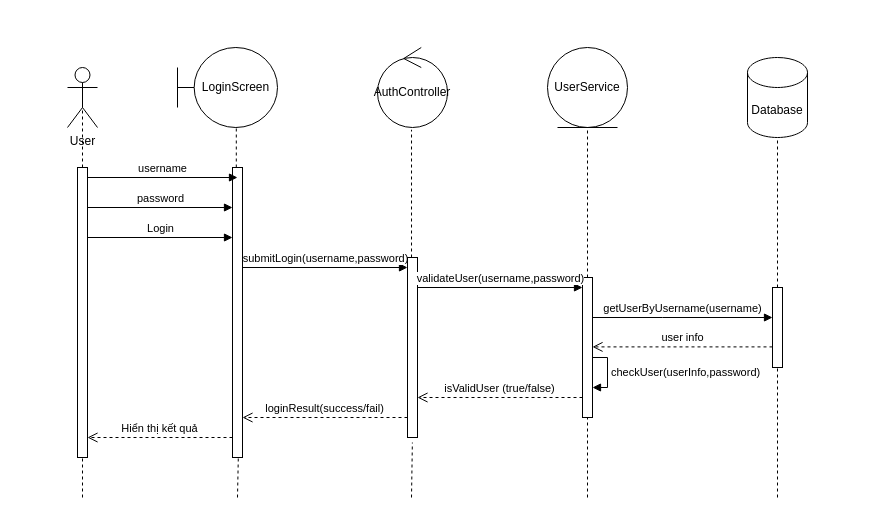
Before: Sequence diagram/Login/login.drawio in cuongceg/BTL-IT3120, a draw.io diagram. Source tidied: cells renumbered, new cells numbered last; positions are measured from the earlier drawing's top-left corner, leaving out a move shared by most shapes. Both pictures are drawn from the tidied source at 100%, with x=0, y=0 at pixel (67, 47).
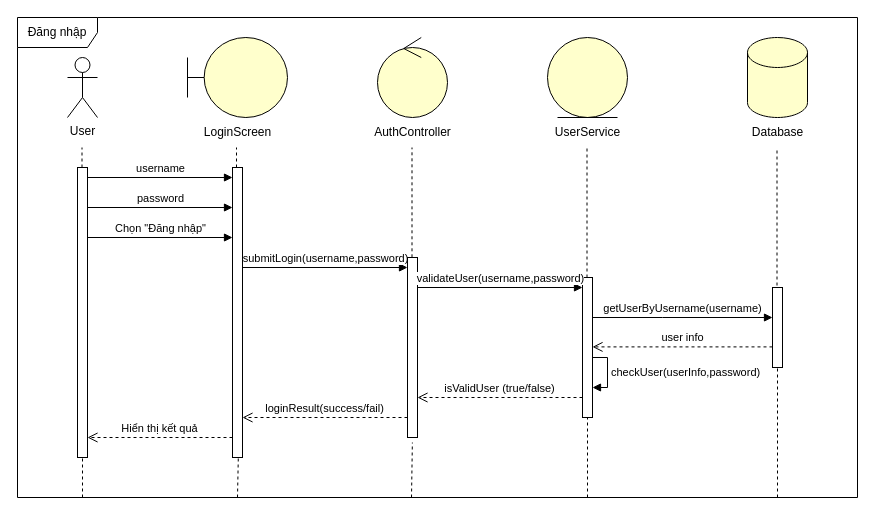
The same diagram, later.

Commit message:
Cập nhật login.drawio

The change refers to these unchanged cells:
```xml
<mxCell id="7" style="html=1;points=[[0,0,0,0,5],[0,1,0,0,-5],[1,0,0,0,5],[1,1,0,0,-5]];perimeter=orthogonalPerimeter;outlineConnect=0;targetShapes=umlLifeline;portConstraint=eastwest;newEdgeStyle={&quot;curved&quot;:0,&quot;rounded&quot;:0};" parent="1" vertex="1">
  <mxGeometry x="10" y="120" width="10" height="290" as="geometry" />
</mxCell>
<mxCell id="9" style="html=1;points=[[0,0,0,0,5],[0,1,0,0,-5],[1,0,0,0,5],[1,1,0,0,-5]];perimeter=orthogonalPerimeter;outlineConnect=0;targetShapes=umlLifeline;portConstraint=eastwest;newEdgeStyle={&quot;curved&quot;:0,&quot;rounded&quot;:0};" parent="1" vertex="1">
  <mxGeometry x="165" y="120" width="10" height="290" as="geometry" />
</mxCell>
<mxCell id="19" style="html=1;points=[[0,0,0,0,5],[0,1,0,0,-5],[1,0,0,0,5],[1,1,0,0,-5]];perimeter=orthogonalPerimeter;outlineConnect=0;targetShapes=umlLifeline;portConstraint=eastwest;newEdgeStyle={&quot;curved&quot;:0,&quot;rounded&quot;:0};" parent="1" vertex="1">
  <mxGeometry x="515" y="230" width="10" height="140" as="geometry" />
</mxCell>
<mxCell id="21" style="html=1;points=[[0,0,0,0,5],[0,1,0,0,-5],[1,0,0,0,5],[1,1,0,0,-5]];perimeter=orthogonalPerimeter;outlineConnect=0;targetShapes=umlLifeline;portConstraint=eastwest;newEdgeStyle={&quot;curved&quot;:0,&quot;rounded&quot;:0};" parent="1" vertex="1">
  <mxGeometry x="340" y="210" width="10" height="180" as="geometry" />
</mxCell>
<mxCell id="28" style="html=1;points=[[0,0,0,0,5],[0,1,0,0,-5],[1,0,0,0,5],[1,1,0,0,-5]];perimeter=orthogonalPerimeter;outlineConnect=0;targetShapes=umlLifeline;portConstraint=eastwest;newEdgeStyle={&quot;curved&quot;:0,&quot;rounded&quot;:0};" parent="1" vertex="1">
  <mxGeometry x="705" y="240" width="10" height="80" as="geometry" />
</mxCell>
```

What changed in the source:
```diff
@@
     <mxCell id="2" value="User" style="shape=umlActor;verticalLabelPosition=bottom;verticalAlign=top;html=1;" parent="1" vertex="1">
-      <mxGeometry y="20" width="30" height="60" as="geometry" />
+      <mxGeometry y="10" width="30" height="60" as="geometry" />
     </mxCell>
-    <mxCell id="3" style="endArrow=none;dashed=1;html=1;rounded=0;entryX=0.5;entryY=0.5;entryDx=0;entryDy=0;entryPerimeter=0;" parent="1" edge="1" source="7" target="2">
-      <mxGeometry relative="1" as="geometry" />
+    <mxCell id="3" style="endArrow=none;dashed=1;html=1;rounded=0;entryX=0.5;entryY=0.5;entryDx=0;entryDy=0;entryPerimeter=0;" parent="1" edge="1">
+      <mxGeometry relative="1" as="geometry">
+        <mxPoint x="14.5" y="180" as="sourcePoint" />
+        <mxPoint x="14.5" y="100" as="targetPoint" />
+      </mxGeometry>
     </mxCell>
-    <mxCell id="4" value="LoginScreen" style="shape=umlBoundary;whiteSpace=wrap;html=1;" parent="1" vertex="1">
-      <mxGeometry x="110" width="100" height="80" as="geometry" />
+    <mxCell id="4" style="shape=umlBoundary;whiteSpace=wrap;html=1;fillColor=light-dark(#FFFFCC,#FFFFCC);" parent="1" vertex="1">
+      <mxGeometry x="120" y="-10" width="100" height="80" as="geometry" />
     </mxCell>
-    <mxCell id="5" style="endArrow=none;dashed=1;html=1;rounded=0;entryX=0.588;entryY=0.988;entryDx=0;entryDy=0;entryPerimeter=0;" parent="1" edge="1" source="9" target="4">
-      <mxGeometry relative="1" as="geometry" />
+    <mxCell id="5" style="endArrow=none;dashed=1;html=1;rounded=0;" parent="1" edge="1" source="9">
+      <mxGeometry relative="1" as="geometry">
+        <mxPoint x="169" y="100" as="targetPoint" />
+      </mxGeometry>
     </mxCell>
@@
-    <mxCell id="10" value="username" style="html=1;verticalAlign=bottom;endArrow=block;curved=0;rounded=0;" parent="1" edge="1">
+    <mxCell id="10" value="username" style="html=1;verticalAlign=bottom;endArrow=block;curved=0;rounded=0;" parent="1" edge="1" target="9">
       <mxGeometry relative="1" as="geometry">
         <mxPoint x="20" y="130" as="sourcePoint" />
-        <mxPoint x="170" y="130" as="targetPoint" />
       </mxGeometry>
     </mxCell>
@@
-    <mxCell id="12" value="Login" style="html=1;verticalAlign=bottom;endArrow=block;curved=0;rounded=0;" parent="1" edge="1" target="9">
+    <mxCell id="12" value="Chọn &quot;Đăng nhập&quot;" style="html=1;verticalAlign=bottom;endArrow=block;curved=0;rounded=0;" parent="1" edge="1" target="9">
       <mxGeometry relative="1" as="geometry">
         <mxPoint x="20" y="190" as="sourcePoint" />
       </mxGeometry>
     </mxCell>
-    <mxCell id="13" value="AuthController" style="ellipse;shape=umlControl;whiteSpace=wrap;html=1;" parent="1" vertex="1">
-      <mxGeometry x="310" width="70" height="80" as="geometry" />
+    <mxCell id="13" style="ellipse;shape=umlControl;whiteSpace=wrap;html=1;fillColor=light-dark(#FFFFCC,#FFFFCC);" parent="1" vertex="1">
+      <mxGeometry x="310" y="-10" width="70" height="80" as="geometry" />
     </mxCell>
-    <mxCell id="14" style="endArrow=none;dashed=1;html=1;rounded=0;entryX=0.486;entryY=1.028;entryDx=0;entryDy=0;entryPerimeter=0;" parent="1" edge="1" source="21" target="13">
-      <mxGeometry relative="1" as="geometry" />
+    <mxCell id="14" style="endArrow=none;dashed=1;html=1;rounded=0;entryX=0.486;entryY=1.028;entryDx=0;entryDy=0;entryPerimeter=0;" parent="1" edge="1">
+      <mxGeometry relative="1" as="geometry">
+        <mxPoint x="344.5" y="227.8" as="sourcePoint" />
+        <mxPoint x="344.5" y="100" as="targetPoint" />
+      </mxGeometry>
     </mxCell>
@@
-    <mxCell id="16" value="UserService" style="ellipse;shape=umlEntity;whiteSpace=wrap;html=1;" parent="1" vertex="1">
-      <mxGeometry x="480" width="80" height="80" as="geometry" />
+    <mxCell id="16" style="ellipse;shape=umlEntity;whiteSpace=wrap;html=1;fillColor=light-dark(#FFFFCC,#FFFFCC);" parent="1" vertex="1">
+      <mxGeometry x="480" y="-10" width="80" height="80" as="geometry" />
     </mxCell>
-    <mxCell id="17" style="endArrow=none;dashed=1;html=1;rounded=0;entryX=0.5;entryY=1;entryDx=0;entryDy=0;" parent="1" edge="1" source="19" target="16">
-      <mxGeometry relative="1" as="geometry" />
+    <mxCell id="17" style="endArrow=none;dashed=1;html=1;rounded=0;entryX=0.5;entryY=1;entryDx=0;entryDy=0;" parent="1" edge="1">
+      <mxGeometry relative="1" as="geometry">
+        <mxPoint x="519.5" y="260" as="sourcePoint" />
+        <mxPoint x="519.5" y="100" as="targetPoint" />
+      </mxGeometry>
     </mxCell>
@@
-    <mxCell id="25" value="Database" style="shape=cylinder3;whiteSpace=wrap;html=1;boundedLbl=1;backgroundOutline=1;size=15;" parent="1" vertex="1">
-      <mxGeometry x="680" y="10" width="60" height="80" as="geometry" />
+    <mxCell id="25" style="shape=cylinder3;whiteSpace=wrap;html=1;boundedLbl=1;backgroundOutline=1;size=15;fillColor=light-dark(#FFFFCC,#FFFFCC);" parent="1" vertex="1">
+      <mxGeometry x="680" y="-10" width="60" height="80" as="geometry" />
     </mxCell>
-    <mxCell id="26" style="endArrow=none;dashed=1;html=1;rounded=0;entryX=0.5;entryY=1;entryDx=0;entryDy=0;entryPerimeter=0;" parent="1" edge="1" source="28" target="25">
-      <mxGeometry relative="1" as="geometry" />
+    <mxCell id="26" style="endArrow=none;dashed=1;html=1;rounded=0;" parent="1" edge="1">
+      <mxGeometry relative="1" as="geometry">
+        <mxPoint x="709.5" y="250" as="sourcePoint" />
+        <mxPoint x="709.5" y="100" as="targetPoint" />
+      </mxGeometry>
     </mxCell>
@@
+    <mxCell id="33" value="&lt;span style=&quot;text-wrap-mode: wrap;&quot;&gt;LoginScreen&lt;/span&gt;" style="text;html=1;align=center;verticalAlign=middle;strokeColor=none;fillColor=none;" parent="1" vertex="1">
+      <mxGeometry x="125" y="70" width="90" height="30" as="geometry" />
+    </mxCell>
+    <mxCell id="34" value="&lt;span style=&quot;text-wrap-mode: wrap;&quot;&gt;AuthController&lt;/span&gt;" style="text;html=1;align=center;verticalAlign=middle;strokeColor=none;fillColor=none;" parent="1" vertex="1">
+      <mxGeometry x="295" y="70" width="100" height="30" as="geometry" />
+    </mxCell>
+    <mxCell id="35" value="&lt;span style=&quot;text-wrap-mode: wrap;&quot;&gt;UserService&lt;/span&gt;" style="text;html=1;align=center;verticalAlign=middle;strokeColor=none;fillColor=none;" parent="1" vertex="1">
+      <mxGeometry x="475" y="70" width="90" height="30" as="geometry" />
+    </mxCell>
+    <mxCell id="36" value="&lt;span style=&quot;text-wrap-mode: wrap;&quot;&gt;Database&lt;/span&gt;" style="text;html=1;align=center;verticalAlign=middle;strokeColor=none;fillColor=none;" parent="1" vertex="1">
+      <mxGeometry x="675" y="70" width="70" height="30" as="geometry" />
+    </mxCell>
+    <mxCell id="37" value="Đăng nhập" style="shape=umlFrame;whiteSpace=wrap;html=1;width=80;height=30;" parent="1" vertex="1">
+      <mxGeometry x="-50" y="-30" width="840" height="480" as="geometry" />
+    </mxCell>
```
